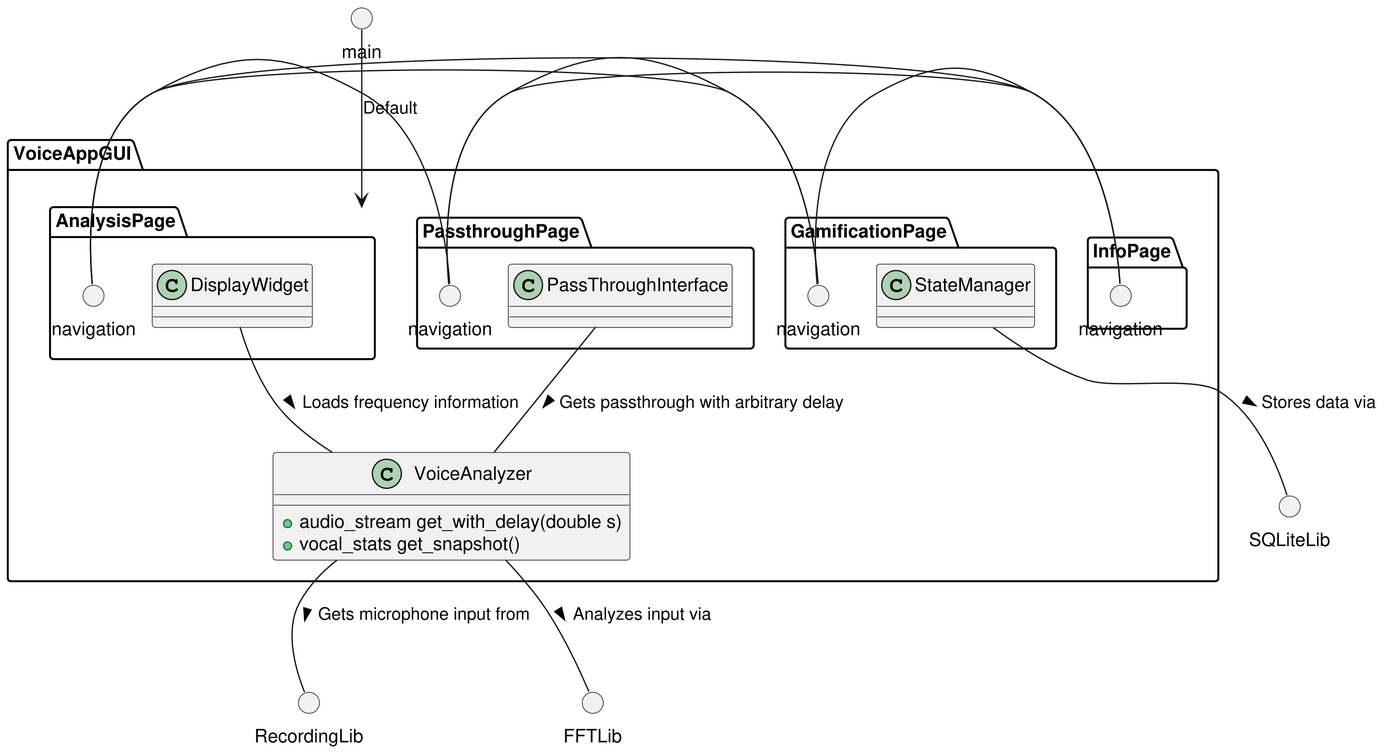
Earlier version of the PlantUML export docs/organization.png (jorbDehmel/voice-training-app).
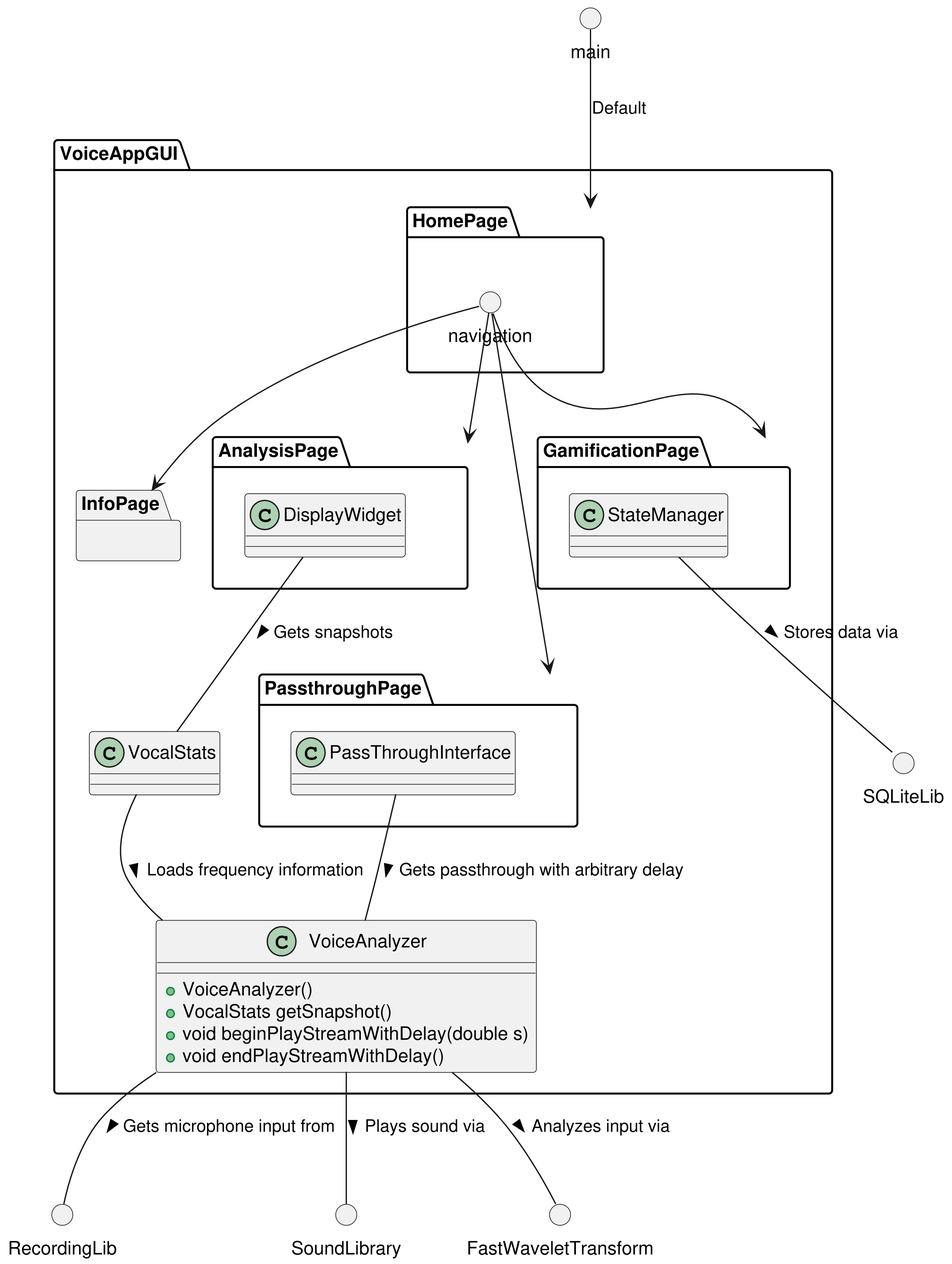
Above is the later version.

Diff of the diagram source:
```diff
@@ -2,50 +2,54 @@
 skinparam dpi 300
 
 () RecordingLib
-() FFTLib
+() SoundLibrary
+() FastWaveletTransform
 () SQLiteLib
 
 package VoiceAppGUI {
+    class VocalStats {}
+
     class VoiceAnalyzer {
-        + audio_stream get_with_delay(double s)
-        + vocal_stats get_snapshot()
+        + VoiceAnalyzer()
+        + VocalStats getSnapshot()
+        + void beginPlayStreamWithDelay(double s)
+        + void endPlayStreamWithDelay()
+    }
+
+    package HomePage {
+        () "navigation" as nav1
     }
 
     package AnalysisPage {
         class DisplayWidget {}
-        () "navigation" as nav1
     }
 
     package PassthroughPage {
         class PassThroughInterface {}
-        () "navigation" as nav2
     }
 
     package GamificationPage {
         class StateManager {}
-        () "navigation" as nav3
     }
 
-    package InfoPage {
-        () "navigation" as nav4
-    }
+    package InfoPage {}
 
-    nav1 - nav2
-    nav1 - nav3
-    nav1 - nav4
-    nav2 - nav3
-    nav2 - nav4
-    nav3 - nav4
+    nav1 --> AnalysisPage
+    nav1 --> PassthroughPage
+    nav1 --> GamificationPage
+    nav1 --> InfoPage
 
-    DisplayWidget -- VoiceAnalyzer : Loads frequency information >
+    DisplayWidget -- VocalStats : Gets snapshots >
+    VocalStats -- VoiceAnalyzer : Loads frequency information >
     PassThroughInterface -- VoiceAnalyzer : Gets passthrough with arbitrary delay >
 }
 
 VoiceAnalyzer -- RecordingLib : Gets microphone input from >
-VoiceAnalyzer -- FFTLib : Analyzes input via >
+VoiceAnalyzer -- SoundLibrary : Plays sound via >
+VoiceAnalyzer -- FastWaveletTransform : Analyzes input via >
 StateManager -- SQLiteLib : Stores data via >
 
 () main
-main --> AnalysisPage : Default
+main --> HomePage : Default
 
 @enduml
```
